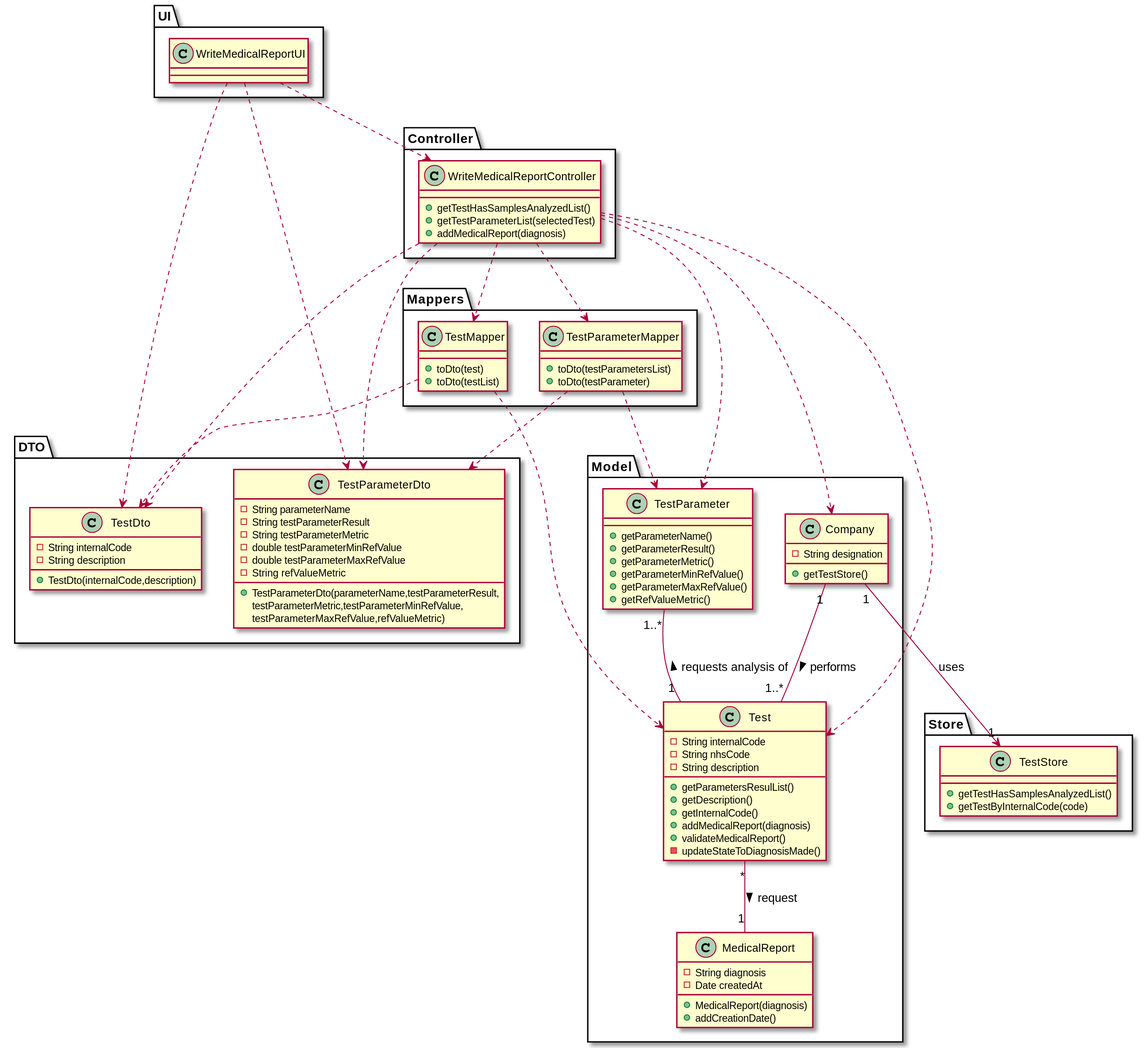
Earlier version of the PlantUML export docs/SprintC/US14/US14_CD.svg (manu-07-ela/LAPR2_ISEP). The source it was exported from:
```plantuml
@startuml

package UI{
class WriteMedicalReportUI{
}
}

package Controller{
class WriteMedicalReportController{
+getTestHasSamplesAnalyzedList()
+getTestParameterList(selectedTest)
+addMedicalReport(diagnosis)
}
}

package Model{
class Company{
-String designation
+getTestStore()
}

class Test{
-String internalCode
-String nhsCode
-String description
+getParametersResulList()
+getDescription()
+getInternalCode()
+addMedicalReport(diagnosis)
+validateMedicalReport()
-updateStateToDiagnosisMade()
}

class MedicalReport{
-String diagnosis
-Date createdAt
+ MedicalReport(diagnosis)
+ addCreationDate()
}

class TestParameter{
+ getParameterName()
+ getParameterResult()
+ getParameterMetric()
+ getParameterMinRefValue()
+ getParameterMaxRefValue()
+ getRefValueMetric()
}
}

package Store{
class TestStore{
+getTestHasSamplesAnalyzedList()
+getTestByInternalCode(code)
}
}

package Mappers{
class TestMapper{
+toDto(test)
+toDto(testList)
}

class TestParameterMapper{
+toDto(testParametersList)
+toDto(testParameter)
}
}

package DTO{
class TestDto{
-String internalCode
-String description
+TestDto(internalCode,description)
}

class TestParameterDto{
-String parameterName
-String testParameterResult
-String testParameterMetric
-double testParameterMinRefValue
-double testParameterMaxRefValue
-String refValueMetric
+TestParameterDto(parameterName,testParameterResult,\ntestParameterMetric,testParameterMinRefValue,\ntestParameterMaxRefValue,refValueMetric)
}
}


WriteMedicalReportUI ..> WriteMedicalReportController
WriteMedicalReportUI ..> TestDto
WriteMedicalReportUI ..> TestParameterDto
WriteMedicalReportController ..> Company
WriteMedicalReportController ..> TestMapper
WriteMedicalReportController ...> TestParameterDto
WriteMedicalReportController ...> TestDto
WriteMedicalReportController ...> TestParameter
WriteMedicalReportController ...> Test
WriteMedicalReportController ..> TestParameterMapper
TestParameterMapper ..> TestParameterDto
TestParameterMapper ..> TestParameter
TestMapper ..> TestDto
TestMapper ..> Test
Company "1"--"1..*" Test : performs >
TestParameter "1..*" --"1" Test : requests analysis of <
Test "*"--"1" MedicalReport : request >
Company"1"--> "1" TestStore : uses

@enduml
```
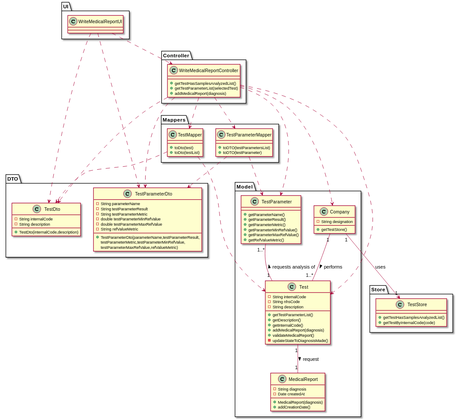
After the commit.

What changed in the source:
```diff
@@ -23,7 +23,7 @@
 -String internalCode
 -String nhsCode
 -String description
-+getParametersResulList()
++getTestParameterList()
 +getDescription()
 +getInternalCode()
 +addMedicalReport(diagnosis)
@@ -62,8 +62,8 @@
 }
 
 class TestParameterMapper{
-+toDto(testParametersList)
-+toDto(testParameter)
++toDTO(testParametersList)
++toDTO(testParameter)
 }
 }
 
@@ -102,7 +102,7 @@
 TestMapper ..> Test
 Company "1"--"1..*" Test : performs >
 TestParameter "1..*" --"1" Test : requests analysis of <
-Test "*"--"1" MedicalReport : request >
+Test "1"--"1" MedicalReport : request >
 Company"1"--> "1" TestStore : uses
 
 @enduml
```
